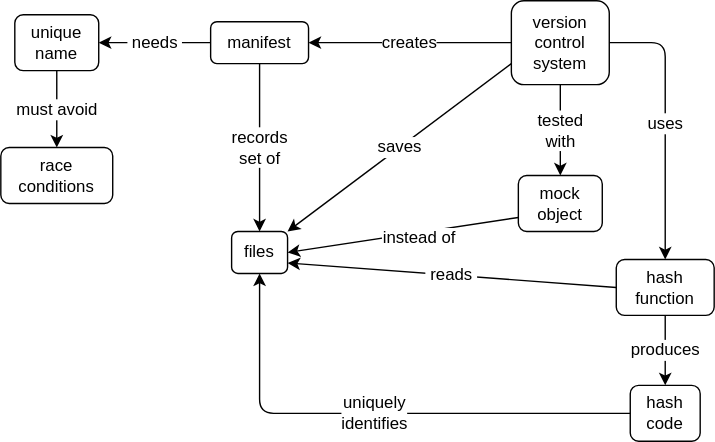
gvwilson/thirdbit keeps this draw.io diagram as sdxpy/archive/concept_map.svg. Above is the earlier version. Source tidied: cells renumbered, new cells last; positions are measured from the earlier drawing's top-left corner, leaving out a move shared by most shapes.
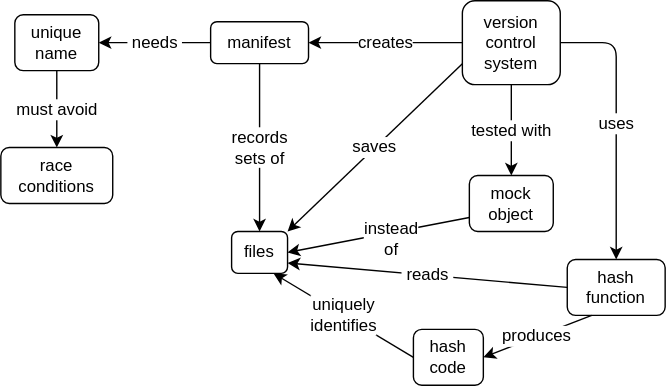
The same file after the commit.

Change to the diagram source:
```diff
@@ -3,19 +3,19 @@
     <mxCell id="0" />
     <mxCell id="1" parent="0" />
     <mxCell id="2" value="version&lt;br style=&quot;font-size: 12px;&quot;&gt;control&lt;br style=&quot;font-size: 12px;&quot;&gt;system" style="text;html=1;strokeColor=default;fillColor=none;align=center;verticalAlign=middle;whiteSpace=wrap;rounded=1;hachureGap=4;fontFamily=Helvetica;fontSize=12;" parent="1" vertex="1">
-      <mxGeometry x="365" width="70" height="60" as="geometry" />
+      <mxGeometry x="330" width="70" height="60" as="geometry" />
     </mxCell>
     <mxCell id="3" value="hash&lt;br style=&quot;font-size: 12px;&quot;&gt;function" style="text;html=1;strokeColor=default;fillColor=none;align=center;verticalAlign=middle;whiteSpace=wrap;rounded=1;hachureGap=4;fontFamily=Helvetica;fontSize=12;" parent="1" vertex="1">
-      <mxGeometry x="440" y="185" width="70" height="40" as="geometry" />
+      <mxGeometry x="405" y="185" width="70" height="40" as="geometry" />
     </mxCell>
     <mxCell id="4" value="files" style="text;html=1;strokeColor=default;fillColor=none;align=center;verticalAlign=middle;whiteSpace=wrap;rounded=1;hachureGap=4;fontFamily=Helvetica;fontSize=12;" parent="1" vertex="1">
       <mxGeometry x="165" y="165" width="40" height="30" as="geometry" />
     </mxCell>
     <mxCell id="5" value="hash&lt;br style=&quot;font-size: 12px;&quot;&gt;code" style="text;html=1;strokeColor=default;fillColor=none;align=center;verticalAlign=middle;whiteSpace=wrap;rounded=1;hachureGap=4;fontFamily=Helvetica;fontSize=12;" parent="1" vertex="1">
-      <mxGeometry x="450" y="275" width="50" height="40" as="geometry" />
+      <mxGeometry x="295" y="235" width="50" height="40" as="geometry" />
     </mxCell>
     <mxCell id="6" value="mock&lt;br style=&quot;font-size: 12px;&quot;&gt;object" style="text;html=1;strokeColor=default;fillColor=none;align=center;verticalAlign=middle;whiteSpace=wrap;rounded=1;hachureGap=4;fontFamily=Helvetica;fontSize=12;" parent="1" vertex="1">
-      <mxGeometry x="370" y="125" width="60" height="40" as="geometry" />
+      <mxGeometry x="335" y="125" width="60" height="40" as="geometry" />
     </mxCell>
     <mxCell id="7" value="manifest" style="text;html=1;strokeColor=default;fillColor=none;align=center;verticalAlign=middle;whiteSpace=wrap;rounded=1;hachureGap=4;fontFamily=Helvetica;fontSize=12;" parent="1" vertex="1">
       <mxGeometry x="150" y="15" width="70" height="30" as="geometry" />
@@ -29,7 +29,7 @@
     <mxCell id="10" value="uses" style="endArrow=classic;html=1;rounded=1;hachureGap=4;fontFamily=Helvetica;fontSize=12;sourcePerimeterSpacing=8;targetPerimeterSpacing=8;entryX=0.5;entryY=0;entryDx=0;entryDy=0;exitX=1;exitY=0.5;exitDx=0;exitDy=0;" parent="1" edge="1" source="2" target="3">
       <mxGeometry relative="1" as="geometry">
         <Array as="points">
-          <mxPoint x="475" y="30" />
+          <mxPoint x="440" y="30" />
         </Array>
       </mxGeometry>
     </mxCell>
@@ -39,7 +39,7 @@
     <mxCell id="12" value="creates" style="endArrow=classic;html=1;rounded=0;hachureGap=4;fontFamily=Helvetica;fontSize=12;sourcePerimeterSpacing=8;targetPerimeterSpacing=8;curved=1;entryX=1;entryY=0.5;entryDx=0;entryDy=0;exitX=0;exitY=0.5;exitDx=0;exitDy=0;" parent="1" edge="1" source="2" target="7">
       <mxGeometry relative="1" as="geometry" />
     </mxCell>
-    <mxCell id="13" value="records&lt;br style=&quot;font-size: 12px;&quot;&gt;set of" style="endArrow=classic;html=1;rounded=0;hachureGap=4;fontFamily=Helvetica;fontSize=12;sourcePerimeterSpacing=8;targetPerimeterSpacing=8;curved=1;exitX=0.5;exitY=1;exitDx=0;exitDy=0;entryX=0.5;entryY=0;entryDx=0;entryDy=0;" parent="1" edge="1" source="7" target="4">
+    <mxCell id="13" value="records&lt;br&gt;sets of" style="endArrow=classic;html=1;rounded=0;hachureGap=4;fontFamily=Helvetica;fontSize=12;sourcePerimeterSpacing=8;targetPerimeterSpacing=8;curved=1;exitX=0.5;exitY=1;exitDx=0;exitDy=0;entryX=0.5;entryY=0;entryDx=0;entryDy=0;" parent="1" edge="1" source="7" target="4">
       <mxGeometry relative="1" as="geometry" />
     </mxCell>
     <mxCell id="14" value="&amp;nbsp;needs&amp;nbsp;" style="endArrow=classic;html=1;rounded=0;hachureGap=4;fontFamily=Helvetica;fontSize=12;sourcePerimeterSpacing=8;targetPerimeterSpacing=8;curved=1;entryX=1;entryY=0.5;entryDx=0;entryDy=0;exitX=0;exitY=0.5;exitDx=0;exitDy=0;" parent="1" edge="1" source="7" target="8">
@@ -48,26 +48,22 @@
     <mxCell id="15" value="must avoid" style="endArrow=classic;html=1;rounded=0;hachureGap=4;fontFamily=Helvetica;fontSize=12;sourcePerimeterSpacing=8;targetPerimeterSpacing=8;curved=1;entryX=0.5;entryY=0;entryDx=0;entryDy=0;exitX=0.5;exitY=1;exitDx=0;exitDy=0;" parent="1" edge="1" source="8" target="9">
       <mxGeometry relative="1" as="geometry" />
     </mxCell>
-    <mxCell id="16" value="uniquely&lt;br style=&quot;font-size: 12px;&quot;&gt;identifies" style="endArrow=classic;html=1;rounded=1;hachureGap=4;fontFamily=Helvetica;fontSize=12;sourcePerimeterSpacing=8;targetPerimeterSpacing=8;entryX=0.5;entryY=1;entryDx=0;entryDy=0;exitX=0;exitY=0.5;exitDx=0;exitDy=0;" parent="1" edge="1" source="5" target="4">
-      <mxGeometry relative="1" as="geometry">
-        <Array as="points">
-          <mxPoint x="185" y="295" />
-        </Array>
-      </mxGeometry>
+    <mxCell id="16" value="uniquely&lt;br style=&quot;font-size: 12px;&quot;&gt;identifies" style="endArrow=classic;html=1;rounded=1;hachureGap=4;fontFamily=Helvetica;fontSize=12;sourcePerimeterSpacing=8;targetPerimeterSpacing=8;entryX=0.75;entryY=1;entryDx=0;entryDy=0;exitX=0;exitY=0.5;exitDx=0;exitDy=0;" parent="1" edge="1" source="5" target="4">
+      <mxGeometry relative="1" as="geometry" />
     </mxCell>
     <mxCell id="17" value="&amp;nbsp;reads&amp;nbsp;" style="endArrow=classic;html=1;rounded=0;hachureGap=4;fontFamily=Helvetica;fontSize=12;sourcePerimeterSpacing=8;targetPerimeterSpacing=8;curved=1;exitX=0;exitY=0.5;exitDx=0;exitDy=0;entryX=1;entryY=0.75;entryDx=0;entryDy=0;" parent="1" edge="1" source="3" target="4">
       <mxGeometry relative="1" as="geometry" />
     </mxCell>
-    <mxCell id="18" value="produces" style="endArrow=classic;html=1;rounded=0;hachureGap=4;fontFamily=Helvetica;fontSize=12;sourcePerimeterSpacing=8;targetPerimeterSpacing=8;curved=1;exitX=0.5;exitY=1;exitDx=0;exitDy=0;entryX=0.5;entryY=0;entryDx=0;entryDy=0;" parent="1" edge="1" source="3" target="5">
+    <mxCell id="18" value="produces" style="endArrow=classic;html=1;rounded=0;hachureGap=4;fontFamily=Helvetica;fontSize=12;sourcePerimeterSpacing=8;targetPerimeterSpacing=8;curved=1;exitX=0.25;exitY=1;exitDx=0;exitDy=0;entryX=1;entryY=0.5;entryDx=0;entryDy=0;" parent="1" edge="1" source="3" target="5">
       <mxGeometry relative="1" as="geometry" />
     </mxCell>
-    <mxCell id="19" value="tested&lt;br style=&quot;font-size: 12px;&quot;&gt;with" style="endArrow=classic;html=1;rounded=0;hachureGap=4;fontFamily=Helvetica;fontSize=12;sourcePerimeterSpacing=8;targetPerimeterSpacing=8;curved=1;exitX=0.5;exitY=1;exitDx=0;exitDy=0;entryX=0.5;entryY=0;entryDx=0;entryDy=0;" parent="1" edge="1" source="2" target="6">
+    <mxCell id="19" value="tested with" style="endArrow=classic;html=1;rounded=0;hachureGap=4;fontFamily=Helvetica;fontSize=12;sourcePerimeterSpacing=8;targetPerimeterSpacing=8;curved=1;exitX=0.5;exitY=1;exitDx=0;exitDy=0;entryX=0.5;entryY=0;entryDx=0;entryDy=0;" parent="1" edge="1" source="2" target="6">
       <mxGeometry relative="1" as="geometry" />
     </mxCell>
     <mxCell id="20" style="endArrow=classic;html=1;rounded=0;hachureGap=4;fontFamily=Helvetica;fontSize=12;sourcePerimeterSpacing=8;targetPerimeterSpacing=8;curved=1;entryX=1;entryY=0.5;entryDx=0;entryDy=0;exitX=0;exitY=0.75;exitDx=0;exitDy=0;" parent="1" edge="1" source="6" target="4">
       <mxGeometry relative="1" as="geometry" />
     </mxCell>
-    <mxCell id="21" value="instead of" style="edgeLabel;html=1;align=center;verticalAlign=middle;fontSize=12;fontFamily=Helvetica;" parent="20" vertex="1">
+    <mxCell id="21" value="instead&lt;br style=&quot;font-size: 12px;&quot;&gt;of" style="edgeLabel;html=1;align=center;verticalAlign=middle;fontSize=12;fontFamily=Helvetica;" parent="20" vertex="1">
       <mxGeometry x="-0.13" y="4" relative="1" as="geometry" />
     </mxCell>
   </root>
```
